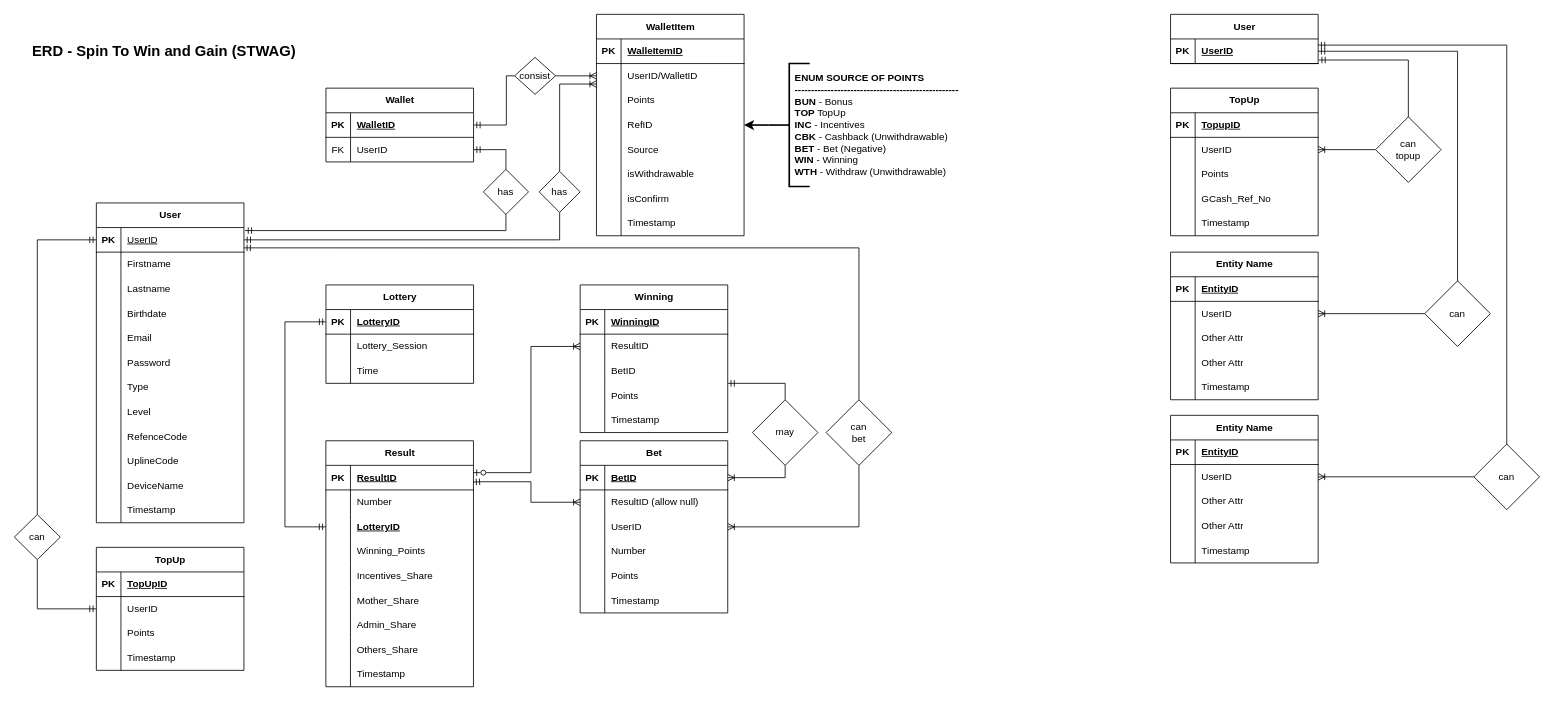
The draw.io diagram page "DFD" (3 of 3) of STWAG.drawio in ediangca/STWAG, before the edit. Source tidied: cells renumbered, new cells numbered last; positions are measured from the earlier drawing's top-left corner, leaving out a move shared by most shapes. Both pictures are drawn from the tidied source at 82%, with x=0, y=0 at pixel (14, 14).
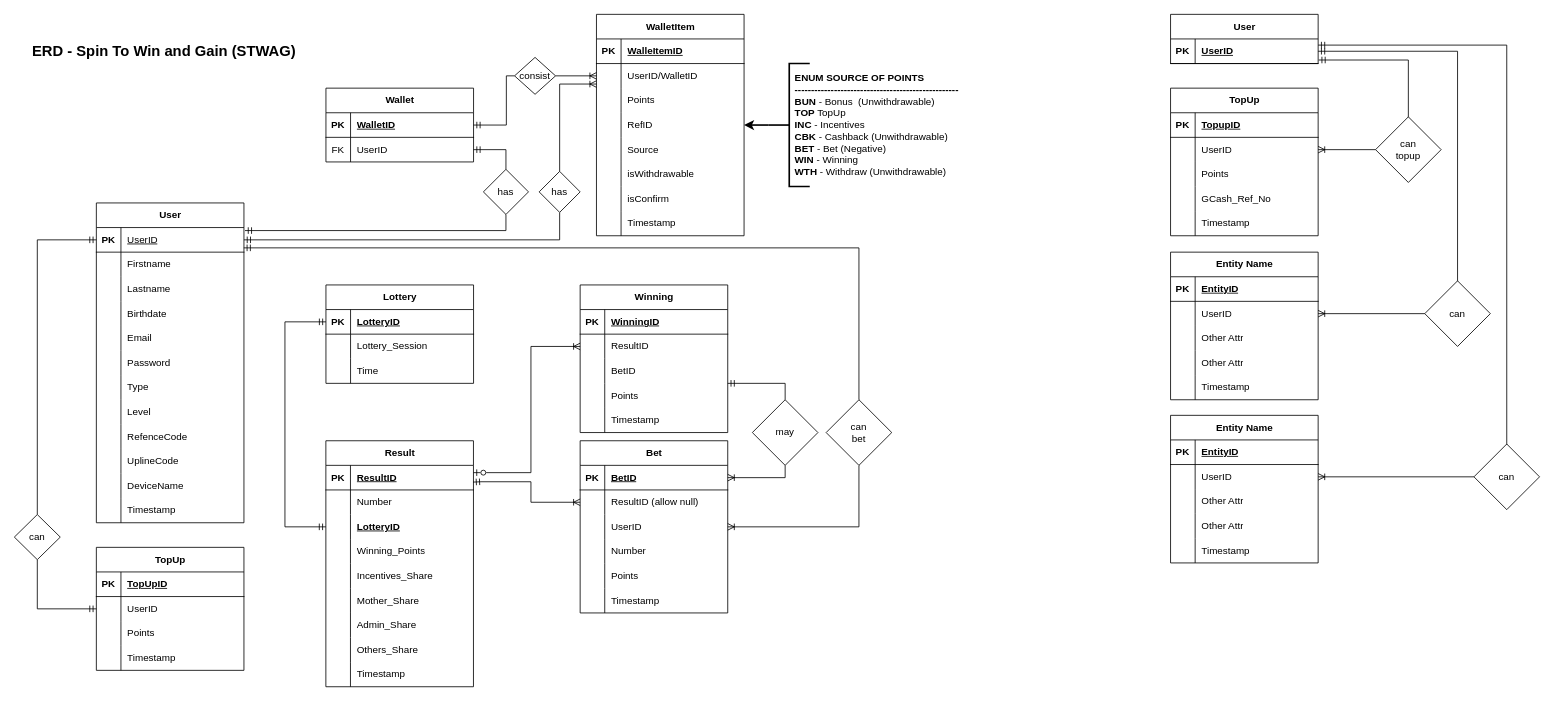
After the change.

The change refers to these unchanged cells:
```xml
<mxCell id="161" value=" " style="group;strokeWidth=1;" parent="134" vertex="1">
  <mxGeometry x="210.1" y="70" width="280" height="150" as="geometry" />
</mxCell>
```

Diff of the diagram source:
```diff
@@
-    <mxCell id="163" value="ENUM SOURCE OF POINTS&lt;div&gt;--------------------------------------------------&lt;br&gt;&lt;div&gt;&lt;span style=&quot;background-color: transparent; color: light-dark(rgb(0, 0, 0), rgb(255, 255, 255));&quot;&gt;BUN&lt;/span&gt;&lt;span style=&quot;font-weight: normal; background-color: transparent; color: light-dark(rgb(0, 0, 0), rgb(255, 255, 255));&quot;&gt; - Bonus&lt;/span&gt;&lt;/div&gt;&lt;div&gt;&lt;font style=&quot;&quot;&gt;TOP&lt;/font&gt;&lt;font style=&quot;font-weight: normal;&quot;&gt; TopUp&lt;/font&gt;&lt;/div&gt;&lt;div&gt;&lt;font style=&quot;&quot;&gt;INC&lt;/font&gt;&lt;font style=&quot;font-weight: normal;&quot;&gt; - Incentives&lt;/font&gt;&lt;/div&gt;&lt;div&gt;&lt;font style=&quot;&quot;&gt;CBK&lt;/font&gt;&lt;font style=&quot;font-weight: normal;&quot;&gt; - Cashback (Unwithdrawable)&lt;/font&gt;&lt;/div&gt;&lt;div&gt;&lt;font style=&quot;font-weight: normal;&quot;&gt;&lt;font style=&quot;font-weight: 700;&quot;&gt;BET&amp;nbsp;&lt;span style=&quot;font-weight: normal;&quot;&gt;-&amp;nbsp;&lt;/span&gt;&lt;/font&gt;Bet (Negative)&lt;/font&gt;&lt;/div&gt;&lt;div&gt;&lt;font style=&quot;&quot;&gt;WIN&lt;/font&gt;&lt;font style=&quot;font-weight: normal;&quot;&gt; - Winning&lt;/font&gt;&lt;/div&gt;WTH&amp;nbsp;&lt;span style=&quot;font-weight: normal;&quot;&gt;- Withdraw&amp;nbsp;&lt;/span&gt;&lt;span style=&quot;font-weight: 400; background-color: transparent; color: light-dark(rgb(0, 0, 0), rgb(255, 255, 255));&quot;&gt;(Unwithdrawable)&lt;/span&gt;&lt;/div&gt;" style="text;html=1;align=left;verticalAlign=middle;whiteSpace=wrap;rounded=0;fontFamily=Helvetica;fontSize=12;fontColor=default;fontStyle=1;" parent="161" vertex="1">
+    <mxCell id="163" value="ENUM SOURCE OF POINTS&lt;div&gt;--------------------------------------------------&lt;br&gt;&lt;div&gt;&lt;span style=&quot;background-color: transparent; color: light-dark(rgb(0, 0, 0), rgb(255, 255, 255));&quot;&gt;BUN&lt;/span&gt;&lt;span style=&quot;font-weight: normal; background-color: transparent; color: light-dark(rgb(0, 0, 0), rgb(255, 255, 255));&quot;&gt; - Bonus&amp;nbsp;&lt;/span&gt;&lt;span style=&quot;font-weight: 400; background-color: transparent; color: light-dark(rgb(0, 0, 0), rgb(255, 255, 255));&quot;&gt;&amp;nbsp;&lt;/span&gt;&lt;span style=&quot;font-weight: 400; background-color: transparent; color: light-dark(rgb(0, 0, 0), rgb(255, 255, 255));&quot;&gt;(Unwithdrawable)&lt;/span&gt;&lt;/div&gt;&lt;div&gt;&lt;font style=&quot;&quot;&gt;TOP&lt;/font&gt;&lt;font style=&quot;font-weight: normal;&quot;&gt; TopUp&lt;/font&gt;&lt;/div&gt;&lt;div&gt;&lt;font style=&quot;&quot;&gt;INC&lt;/font&gt;&lt;font style=&quot;font-weight: normal;&quot;&gt; - Incentives&lt;/font&gt;&lt;/div&gt;&lt;div&gt;&lt;font style=&quot;&quot;&gt;CBK&lt;/font&gt;&lt;font style=&quot;font-weight: normal;&quot;&gt; - Cashback (Unwithdrawable)&lt;/font&gt;&lt;/div&gt;&lt;div&gt;&lt;font style=&quot;font-weight: normal;&quot;&gt;&lt;font style=&quot;font-weight: 700;&quot;&gt;BET&amp;nbsp;&lt;span style=&quot;font-weight: normal;&quot;&gt;-&amp;nbsp;&lt;/span&gt;&lt;/font&gt;Bet (Negative)&lt;/font&gt;&lt;/div&gt;&lt;div&gt;&lt;font style=&quot;&quot;&gt;WIN&lt;/font&gt;&lt;font style=&quot;font-weight: normal;&quot;&gt; - Winning&lt;/font&gt;&lt;/div&gt;WTH&amp;nbsp;&lt;span style=&quot;font-weight: normal;&quot;&gt;- Withdraw&amp;nbsp;&lt;/span&gt;&lt;span style=&quot;font-weight: 400; background-color: transparent; color: light-dark(rgb(0, 0, 0), rgb(255, 255, 255));&quot;&gt;(Unwithdrawable)&lt;/span&gt;&lt;/div&gt;" style="text;html=1;align=left;verticalAlign=middle;whiteSpace=wrap;rounded=0;fontFamily=Helvetica;fontSize=12;fontColor=default;fontStyle=1;" parent="161" vertex="1">
       <mxGeometry x="30" width="250" height="130" as="geometry" />
     </mxCell>
```
